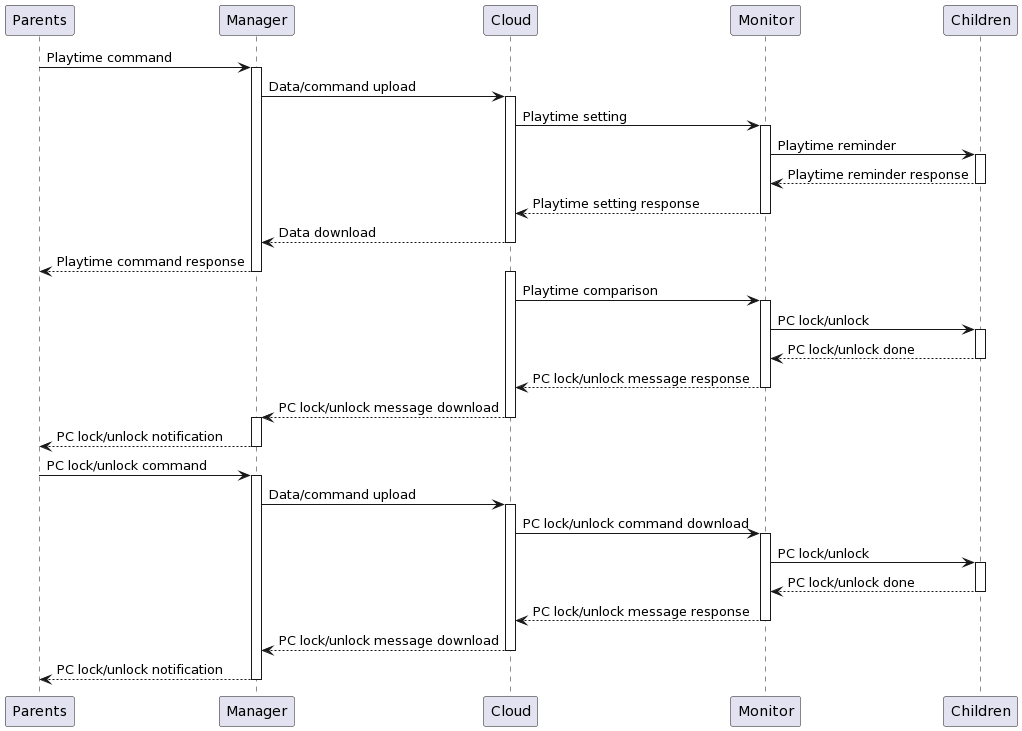
This is Professional_Study/Software_Engineering_MAI/Course_Project/Documents/Sequence_Diagram.png from Zheming-Wu/Learning, a PlantUML export, as it was before one commit. Source of this version:
```plantuml
@startuml
Parents -> Manager: Playtime command
activate Manager

Manager -> Cloud: Data/command upload
activate Cloud

Cloud -> Monitor: Playtime setting
activate Monitor

Monitor -> Children: Playtime reminder
activate Children


Children --> Monitor: Playtime reminder response
deactivate Children

Monitor --> Cloud: Playtime setting response
deactivate Monitor

Cloud --> Manager: Data download
deactivate Cloud

Manager --> Parents: Playtime command response
deactivate Manager


activate Cloud
Cloud -> Monitor: Playtime comparison
activate Monitor

Monitor -> Children: PC lock/unlock
activate Children


Children --> Monitor: PC lock/unlock done
deactivate Children

Monitor --> Cloud: PC lock/unlock message response
deactivate Monitor

Cloud --> Manager: PC lock/unlock message download
deactivate Cloud

activate Manager
Manager --> Parents: PC lock/unlock notification
deactivate Manager


Parents -> Manager: PC lock/unlock command
activate Manager

Manager -> Cloud: Data/command upload
activate Cloud

Cloud -> Monitor: PC lock/unlock command download
activate Monitor

Monitor -> Children: PC lock/unlock
activate Children


Children --> Monitor: PC lock/unlock done
deactivate Children

Monitor --> Cloud: PC lock/unlock message response
deactivate Monitor

Cloud --> Manager: PC lock/unlock message download
deactivate Cloud

Manager --> Parents: PC lock/unlock notification
deactivate Manager
@enduml
```
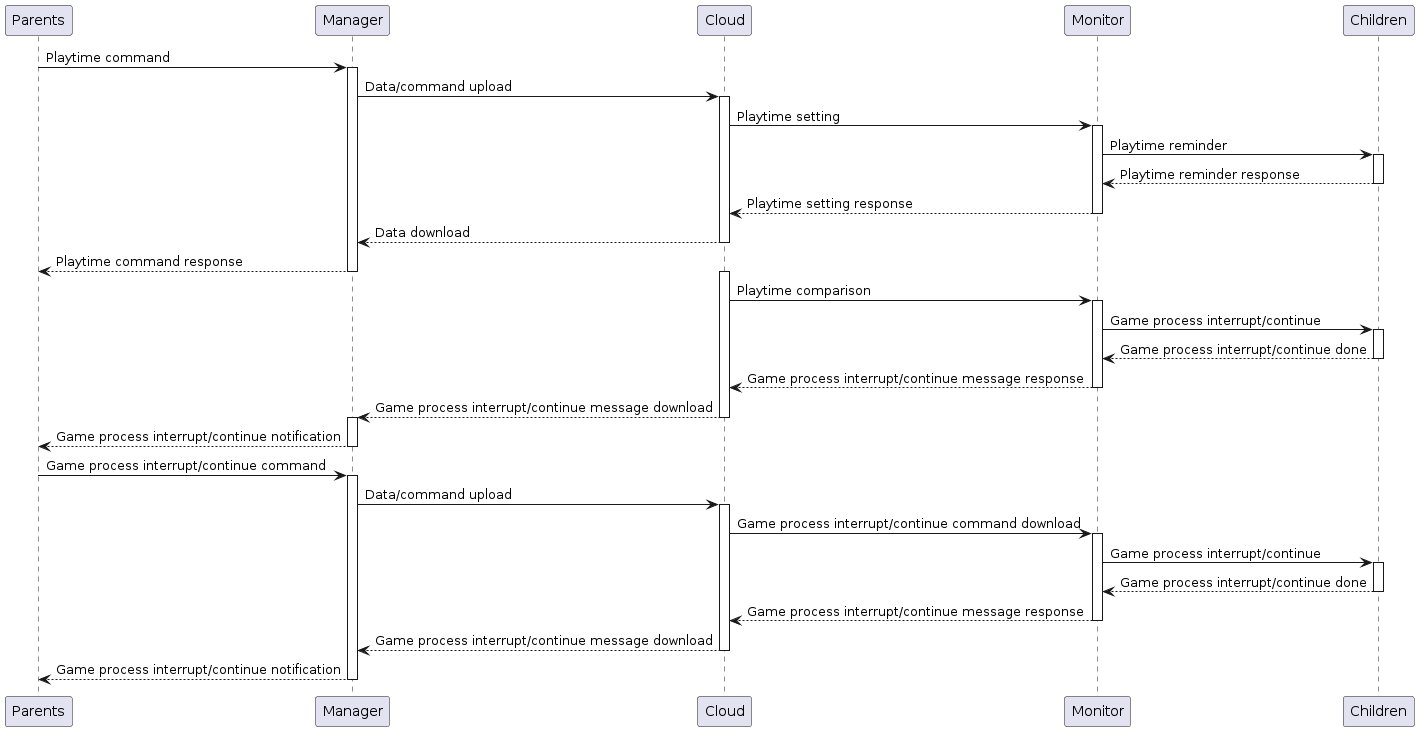
The same file after the commit.

What changed in the source:
```diff
@@ -29,46 +29,46 @@
 Cloud -> Monitor: Playtime comparison
 activate Monitor
 
-Monitor -> Children: PC lock/unlock
+Monitor -> Children: Game process interrupt/continue
 activate Children
 
 
-Children --> Monitor: PC lock/unlock done
+Children --> Monitor: Game process interrupt/continue done
 deactivate Children
 
-Monitor --> Cloud: PC lock/unlock message response
+Monitor --> Cloud: Game process interrupt/continue message response
 deactivate Monitor
 
-Cloud --> Manager: PC lock/unlock message download
+Cloud --> Manager: Game process interrupt/continue message download
 deactivate Cloud
 
 activate Manager
-Manager --> Parents: PC lock/unlock notification
+Manager --> Parents: Game process interrupt/continue notification
 deactivate Manager
 
 
-Parents -> Manager: PC lock/unlock command
+Parents -> Manager: Game process interrupt/continue command
 activate Manager
 
 Manager -> Cloud: Data/command upload
 activate Cloud
 
-Cloud -> Monitor: PC lock/unlock command download
+Cloud -> Monitor: Game process interrupt/continue command download
 activate Monitor
 
-Monitor -> Children: PC lock/unlock
+Monitor -> Children: Game process interrupt/continue
 activate Children
 
 
-Children --> Monitor: PC lock/unlock done
+Children --> Monitor: Game process interrupt/continue done
 deactivate Children
 
-Monitor --> Cloud: PC lock/unlock message response
+Monitor --> Cloud: Game process interrupt/continue message response
 deactivate Monitor
 
-Cloud --> Manager: PC lock/unlock message download
+Cloud --> Manager: Game process interrupt/continue message download
 deactivate Cloud
 
-Manager --> Parents: PC lock/unlock notification
+Manager --> Parents: Game process interrupt/continue notification
 deactivate Manager
 @enduml
```
